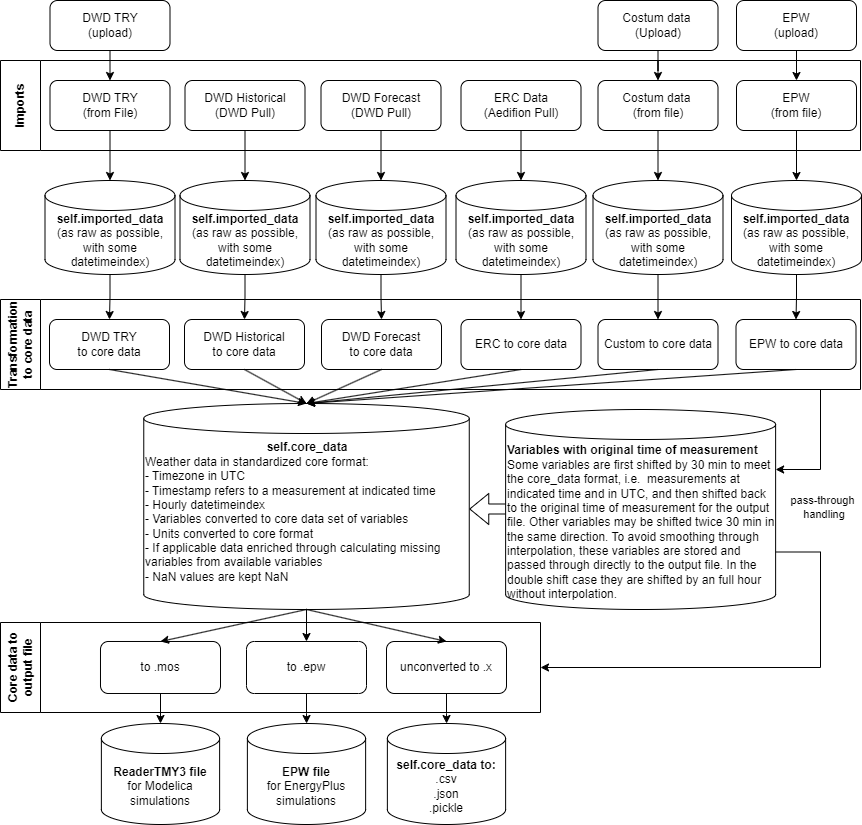
This is Joss_Paper/Overview_WeatherTool.png from RWTH-EBC/AixWeather, a draw.io export, as it was before one commit. Source tidied: cells renumbered, new cells last; positions are measured from the earlier drawing's top-left corner, leaving out a move shared by most shapes.
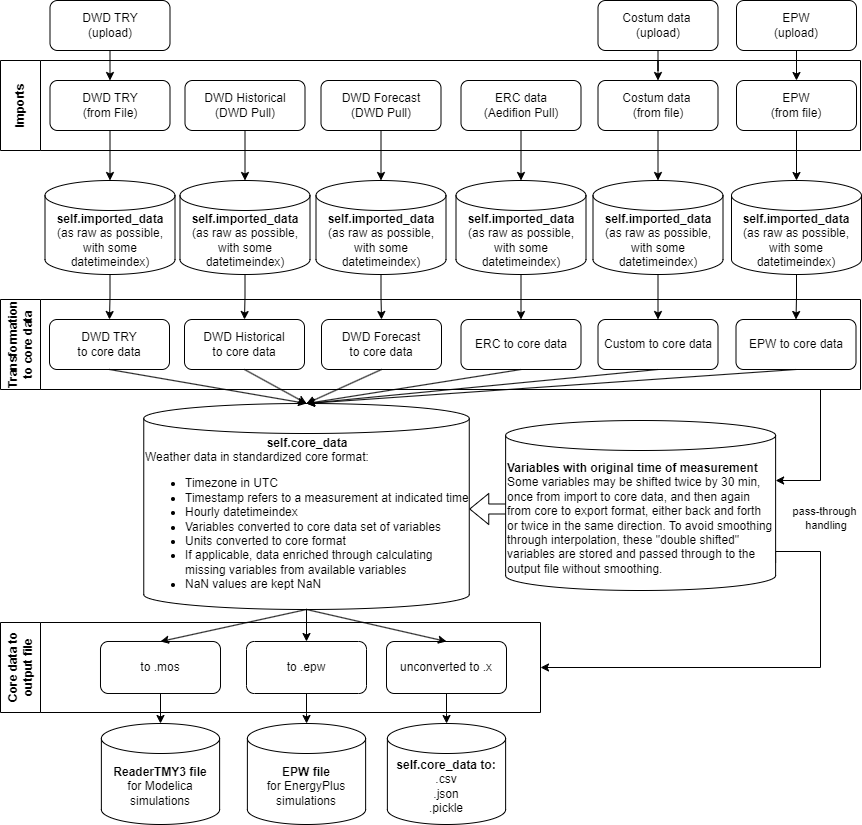
Later version of the same file.

Diff of the diagram source:
```diff
@@ -14,7 +14,7 @@
     <mxCell id="4" value="DWD Forecast&lt;br&gt;(DWD Pull)" style="rounded=1;whiteSpace=wrap;html=1;fontSize=12;glass=0;strokeWidth=1;shadow=0;" parent="1" vertex="1">
       <mxGeometry x="320.5" y="80" width="120" height="50" as="geometry" />
     </mxCell>
-    <mxCell id="5" value="&lt;div style=&quot;text-align: center;&quot;&gt;&lt;b style=&quot;background-color: initial; border-color: var(--border-color);&quot;&gt;self.core_data&lt;/b&gt;&lt;/div&gt;Weather data in standardized core format:&lt;br&gt;- Timezone in UTC&lt;br style=&quot;border-color: var(--border-color);&quot;&gt;- Timestamp refers to a measurement at indicated time&lt;br&gt;- Hourly datetimeindex&amp;nbsp;&lt;div&gt;- Variables converted to core data set of variables&lt;br&gt;- Units converted to core format&lt;br&gt;- If applicable data enriched through calculating missing variables from available variables&lt;br&gt;&lt;span style=&quot;background-color: initial;&quot;&gt;- NaN values are kept NaN&lt;/span&gt;&lt;br&gt;&amp;nbsp;&lt;/div&gt;" style="shape=cylinder3;whiteSpace=wrap;html=1;boundedLbl=1;backgroundOutline=1;size=15;align=left;" parent="1" vertex="1">
+    <mxCell id="5" value="&lt;div style=&quot;text-align: center;&quot;&gt;&lt;b style=&quot;background-color: initial; border-color: var(--border-color);&quot;&gt;self.core_data&lt;/b&gt;&lt;/div&gt;Weather data in standardized core format:&lt;br&gt;&lt;div&gt;&lt;ul&gt;&lt;li&gt;&lt;span style=&quot;background-color: initial;&quot;&gt;Timezone in UTC&lt;/span&gt;&lt;/li&gt;&lt;li&gt;Timestamp refers to a measurement at indicated time&lt;/li&gt;&lt;li&gt;Hourly datetimeindex&lt;/li&gt;&lt;li&gt;Variables converted to core data set of variables&lt;/li&gt;&lt;li&gt;Units converted to core format&lt;/li&gt;&lt;li&gt;If applicable, data enriched through calculating missing variables from available variables&lt;/li&gt;&lt;li&gt;NaN values are kept NaN&lt;/li&gt;&lt;/ul&gt;&lt;/div&gt;" style="shape=cylinder3;whiteSpace=wrap;html=1;boundedLbl=1;backgroundOutline=1;size=15;align=left;" parent="1" vertex="1">
       <mxGeometry x="143.3" y="403" width="325.5" height="206" as="geometry" />
     </mxCell>
     <mxCell id="6" style="edgeStyle=orthogonalEdgeStyle;rounded=0;jettySize=auto;html=1;" parent="1" edge="1" source="7" target="33">
@@ -32,7 +32,7 @@
     <mxCell id="10" style="edgeStyle=orthogonalEdgeStyle;rounded=0;jettySize=auto;html=1;" parent="1" edge="1" source="11" target="37">
       <mxGeometry relative="1" as="geometry" />
     </mxCell>
-    <mxCell id="11" value="ERC Data&lt;br&gt;(Aedifion Pull)" style="rounded=1;whiteSpace=wrap;html=1;fontSize=12;glass=0;strokeWidth=1;shadow=0;" parent="1" vertex="1">
+    <mxCell id="11" value="ERC data&lt;br&gt;(Aedifion Pull)" style="rounded=1;whiteSpace=wrap;html=1;fontSize=12;glass=0;strokeWidth=1;shadow=0;" parent="1" vertex="1">
       <mxGeometry x="460.5" y="80" width="120" height="50" as="geometry" />
     </mxCell>
     <mxCell id="12" style="edgeStyle=orthogonalEdgeStyle;rounded=0;jettySize=auto;html=1;entryX=0.5;entryY=0;entryDx=0;entryDy=0;entryPerimeter=0;" parent="1" edge="1" source="13" target="38">
@@ -77,7 +77,7 @@
     <mxCell id="25" style="edgeStyle=orthogonalEdgeStyle;rounded=0;jettySize=auto;html=1;" parent="1" edge="1" source="26" target="13">
       <mxGeometry relative="1" as="geometry" />
     </mxCell>
-    <mxCell id="26" value="Costum data&amp;nbsp;&lt;br&gt;(Upload)" style="rounded=1;whiteSpace=wrap;html=1;fontSize=12;glass=0;strokeWidth=1;shadow=0;" parent="1" vertex="1">
+    <mxCell id="26" value="Costum data&amp;nbsp;&lt;br&gt;(upload)" style="rounded=1;whiteSpace=wrap;html=1;fontSize=12;glass=0;strokeWidth=1;shadow=0;" parent="1" vertex="1">
       <mxGeometry x="597.5" width="120" height="50" as="geometry" />
     </mxCell>
     <mxCell id="27" style="edgeStyle=orthogonalEdgeStyle;rounded=0;jettySize=auto;html=1;" parent="1" edge="1" source="28" target="41">
@@ -136,7 +136,7 @@
         <mxPoint x="830" y="389" as="sourcePoint" />
         <Array as="points">
           <mxPoint x="820" y="389" />
-          <mxPoint x="820" y="469" />
+          <mxPoint x="820" y="480" />
         </Array>
       </mxGeometry>
     </mxCell>
@@ -183,8 +183,8 @@
         </Array>
       </mxGeometry>
     </mxCell>
-    <mxCell id="57" value="&lt;b&gt;Variables with original time of measurement&lt;/b&gt;&lt;br&gt;Some variables are first shifted by 30 min to meet the core_data format, i.e.&amp;nbsp; measurements at indicated time and in UTC, and then shifted back to the original time of measurement for the output file. Other variables may be shifted twice 30 min in the same direction. To avoid smoothing through interpolation, these variables are stored and passed through directly to the output file. In the double shift case they are shifted by an full hour without interpolation." style="shape=cylinder3;whiteSpace=wrap;html=1;boundedLbl=1;backgroundOutline=1;size=15;align=left;" parent="1" vertex="1">
-      <mxGeometry x="505.1" y="409" width="270" height="200" as="geometry" />
+    <mxCell id="57" value="&lt;b&gt;Variables with original time of measurement&lt;/b&gt;&lt;br&gt;Some variables may be&amp;nbsp;&lt;span style=&quot;background-color: initial;&quot;&gt;shifted twice by 30 min, once from import to core data, and then again from core to export format, either back and forth or twice in the same direction. To avoid smoothing through interpolation, these &quot;double shifted&quot; variables are stored and passed through to the output file without smoothing.&lt;/span&gt;" style="shape=cylinder3;whiteSpace=wrap;html=1;boundedLbl=1;backgroundOutline=1;size=15;align=left;" parent="1" vertex="1">
+      <mxGeometry x="505.1" y="420" width="270" height="170" as="geometry" />
     </mxCell>
     <mxCell id="58" style="endArrow=classic;html=1;rounded=0;exitX=0.5;exitY=1;exitDx=0;exitDy=0;entryX=0.5;entryY=0;entryDx=0;entryDy=0;entryPerimeter=0;" parent="1" edge="1" source="41" target="5">
       <mxGeometry relative="1" as="geometry" />
```
